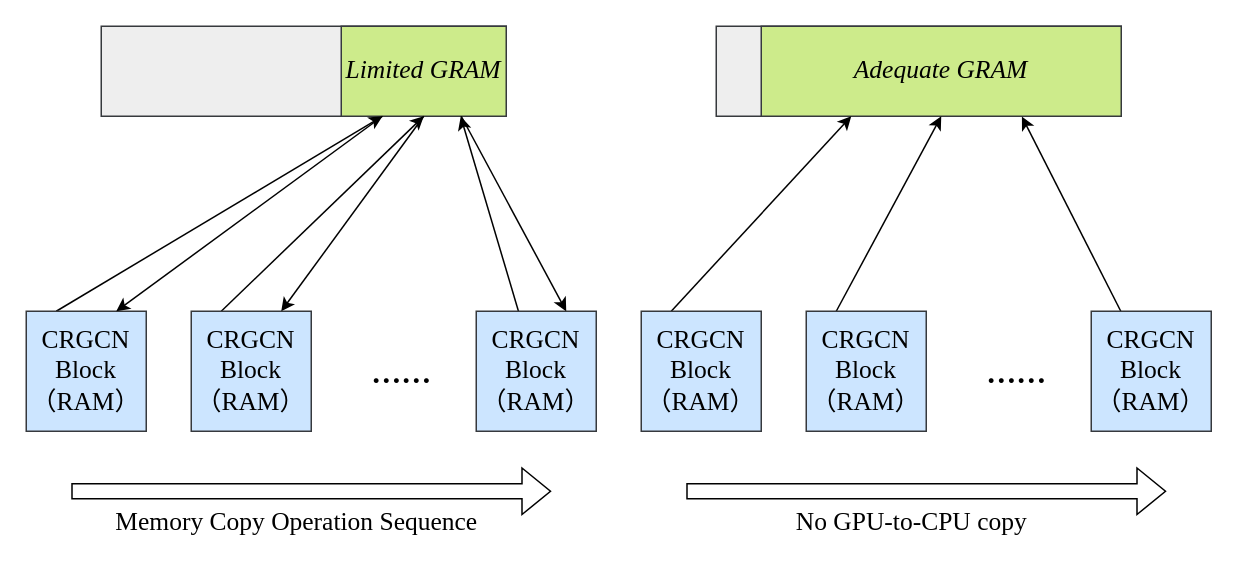
streakyPorker/drawio-diagrams keeps this draw.io diagram as 分布训练.drawio. Above is the earlier version. Source tidied: cells renumbered, new cells numbered last; positions are measured from the earlier drawing's top-left corner, leaving out a move shared by most shapes. Both pictures are drawn from the tidied source at 150%, with x=0, y=0 at pixel (26, 26).
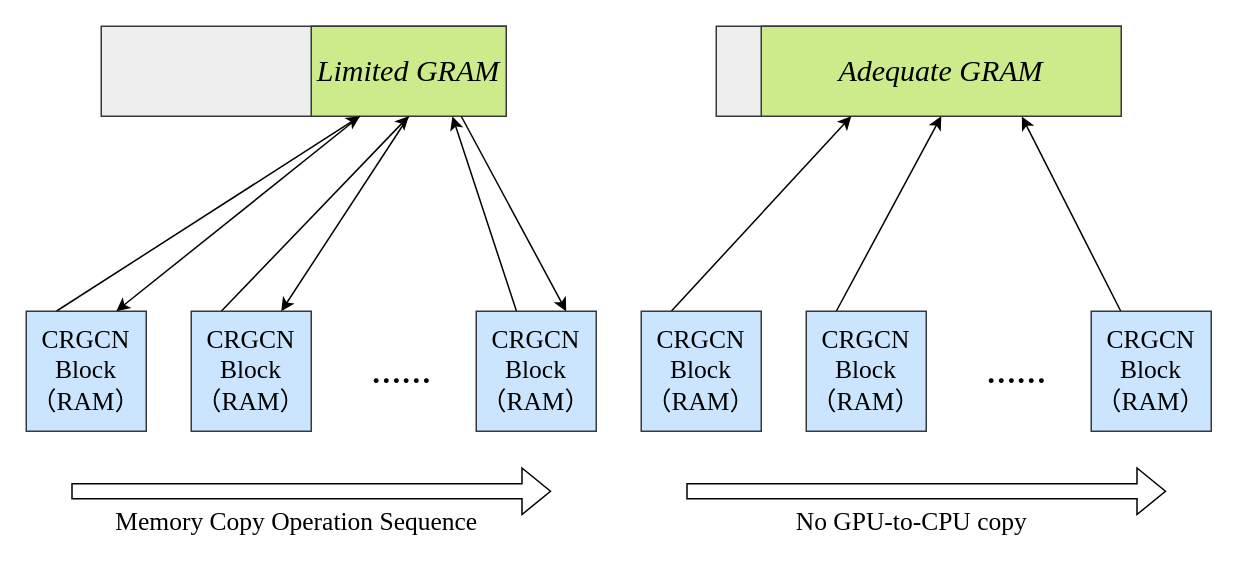
After the change.

The change refers to these unchanged cells:
```xml
<mxCell id="2" style="group;fontStyle=2;" parent="1" vertex="1">
  <mxGeometry x="50" width="270" height="60" as="geometry" />
</mxCell>
<mxCell id="17" style="group;fontStyle=2;" parent="1" vertex="1">
  <mxGeometry x="460" width="270" height="60" as="geometry" />
</mxCell>
```

Diff of the diagram source:
```diff
@@
-    <mxCell id="4" value="&lt;font style=&quot;font-size: 17px;&quot; face=&quot;Times New Roman&quot;&gt;Limited GRAM&lt;/font&gt;" style="rounded=0;whiteSpace=wrap;html=1;strokeColor=#36393d;fontStyle=2;fillColor=#cdeb8b;fontSize=17;" parent="2" vertex="1">
-      <mxGeometry x="160" width="110" height="60" as="geometry" />
+    <mxCell id="4" value="&lt;font style=&quot;font-size: 20px;&quot; face=&quot;Times New Roman&quot;&gt;Limited GRAM&lt;/font&gt;" style="rounded=0;whiteSpace=wrap;html=1;strokeColor=#36393d;fontStyle=2;fillColor=#cdeb8b;fontSize=17;" parent="2" vertex="1">
+      <mxGeometry x="140" width="130" height="60" as="geometry" />
     </mxCell>
@@
-    <mxCell id="19" value="&lt;font style=&quot;font-size: 17px;&quot; face=&quot;Times New Roman&quot;&gt;&lt;span style=&quot;font-size: 17px;&quot;&gt;Adequate&amp;nbsp;GRAM&lt;/span&gt;&lt;/font&gt;" style="rounded=0;whiteSpace=wrap;html=1;strokeColor=#36393d;fontStyle=2;fillColor=#cdeb8b;fontSize=17;" parent="17" vertex="1">
+    <mxCell id="19" value="&lt;font style=&quot;font-size: 20px;&quot; face=&quot;Times New Roman&quot;&gt;Adequate&amp;nbsp;GRAM&lt;/font&gt;" style="rounded=0;whiteSpace=wrap;html=1;strokeColor=#36393d;fontStyle=2;fillColor=#cdeb8b;fontSize=17;" parent="17" vertex="1">
       <mxGeometry x="30" width="240" height="60" as="geometry" />
     </mxCell>
```
